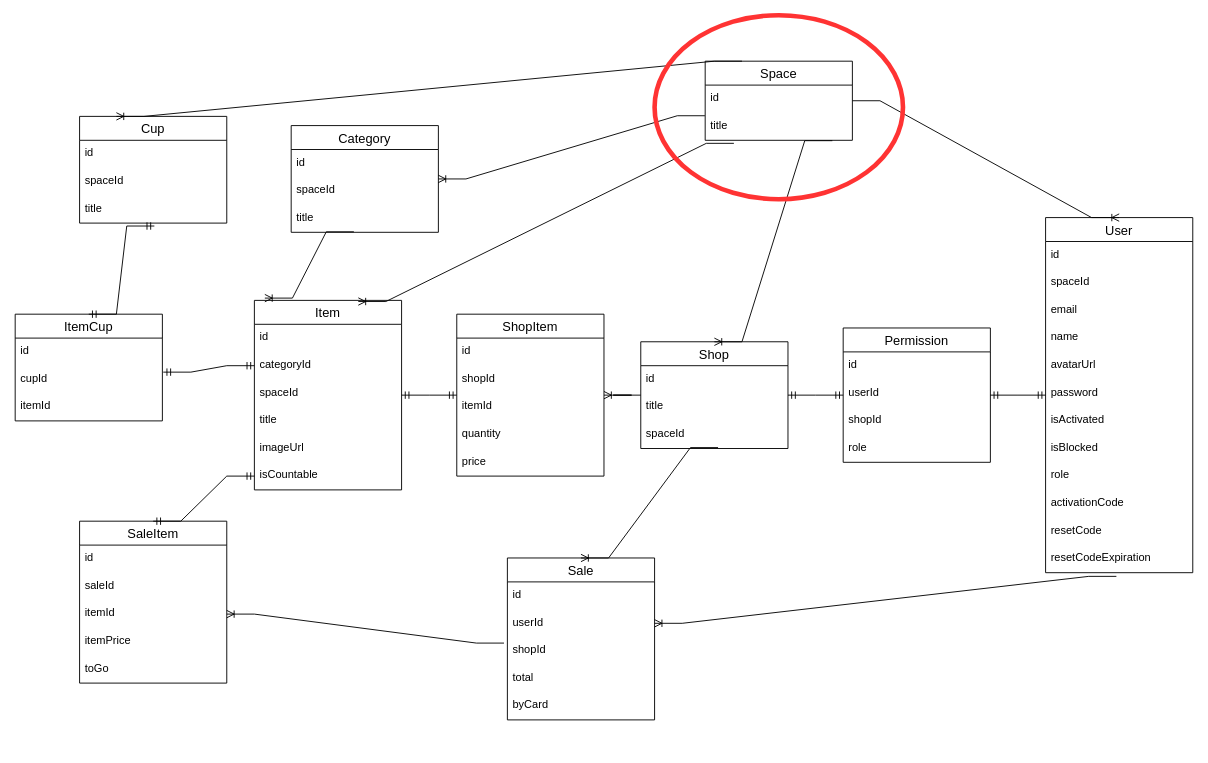
Before: horeca.drawio in Nik68rus/myhoreca, a draw.io diagram. Source tidied: cells renumbered, new cells numbered last; positions are measured from the earlier drawing's top-left corner, leaving out a move shared by most shapes. Both pictures are drawn from the tidied source at 92%, with x=0, y=0 at pixel (15, 15).
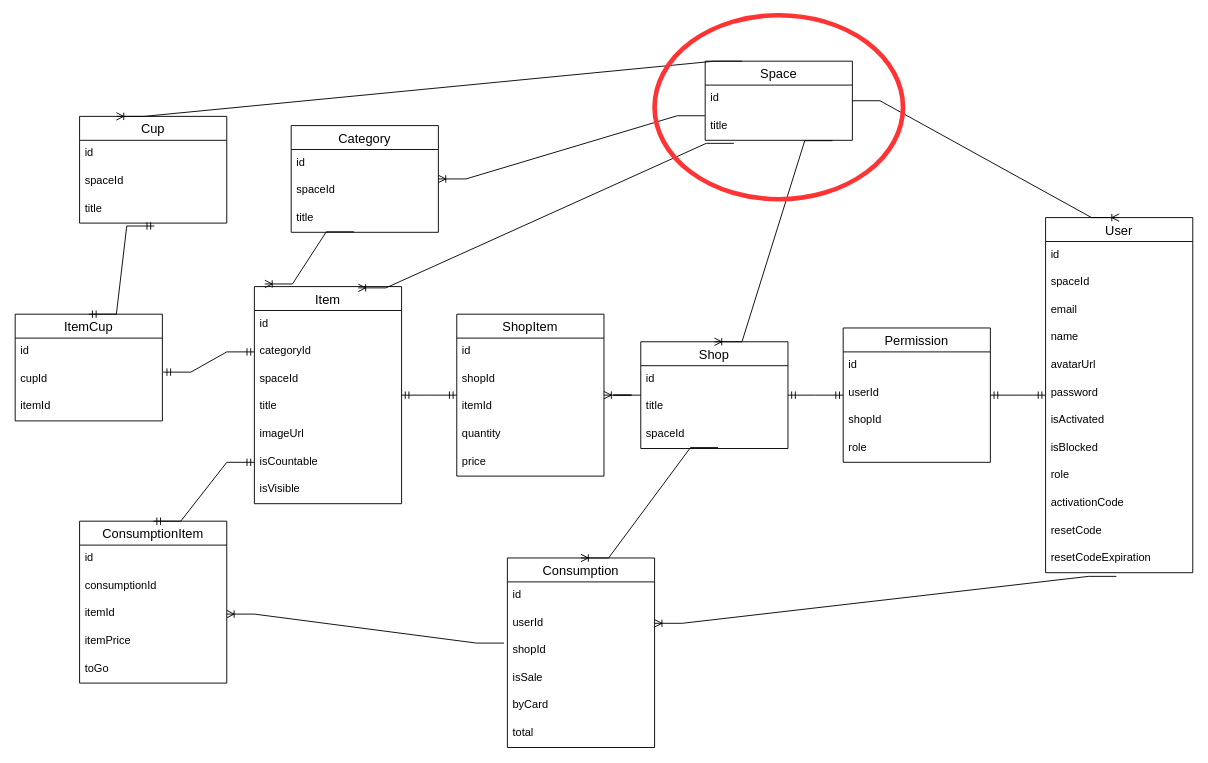
The same page after the edit.

The edit, as a diff of the source:
```diff
@@
     <mxCell id="24" value="Item" style="swimlane;fontStyle=0;horizontal=1;startSize=26;align=center;fontSize=14;" parent="1" vertex="1">
-      <mxGeometry x="260" y="310" width="160" height="206" as="geometry" />
+      <mxGeometry x="260" y="295" width="160" height="236" as="geometry" />
     </mxCell>
@@
+    <mxCell id="81" value="isVisible" style="text;strokeColor=none;fillColor=none;spacingLeft=4;spacingRight=4;overflow=hidden;fontSize=12;" parent="24" vertex="1">
+      <mxGeometry y="206" width="160" height="30" as="geometry" />
+    </mxCell>
@@
-    <mxCell id="51" value="SaleItem" style="swimlane;fontStyle=0;horizontal=1;startSize=26;align=center;fontSize=14;" parent="1" vertex="1">
+    <mxCell id="51" value="ConsumptionItem" style="swimlane;fontStyle=0;horizontal=1;startSize=26;align=center;fontSize=14;" parent="1" vertex="1">
       <mxGeometry x="70" y="550" width="160" height="176" as="geometry" />
     </mxCell>
@@
-    <mxCell id="53" value="saleId" style="text;strokeColor=none;fillColor=none;spacingLeft=4;spacingRight=4;overflow=hidden;fontSize=12;" parent="51" vertex="1">
+    <mxCell id="53" value="consumptionId" style="text;strokeColor=none;fillColor=none;spacingLeft=4;spacingRight=4;overflow=hidden;fontSize=12;" parent="51" vertex="1">
       <mxGeometry y="56" width="160" height="30" as="geometry" />
     </mxCell>
@@
-    <mxCell id="57" value="Sale" style="swimlane;fontStyle=0;horizontal=1;startSize=26;align=center;fontSize=14;" parent="1" vertex="1">
-      <mxGeometry x="535" y="590" width="160" height="176" as="geometry" />
+    <mxCell id="57" value="Consumption" style="swimlane;fontStyle=0;horizontal=1;startSize=26;align=center;fontSize=14;" parent="1" vertex="1">
+      <mxGeometry x="535" y="590" width="160" height="206" as="geometry" />
     </mxCell>
@@
+    <mxCell id="82" value="isSale" style="text;strokeColor=none;fillColor=none;spacingLeft=4;spacingRight=4;overflow=hidden;fontSize=12;" parent="57" vertex="1">
+      <mxGeometry y="116" width="160" height="30" as="geometry" />
+    </mxCell>
+    <mxCell id="62" value="byCard" style="text;strokeColor=none;fillColor=none;spacingLeft=4;spacingRight=4;overflow=hidden;fontSize=12;" parent="57" vertex="1">
+      <mxGeometry y="146" width="160" height="30" as="geometry" />
+    </mxCell>
     <mxCell id="61" value="total" style="text;strokeColor=none;fillColor=none;spacingLeft=4;spacingRight=4;overflow=hidden;fontSize=12;" parent="57" vertex="1">
-      <mxGeometry y="116" width="160" height="30" as="geometry" />
+      <mxGeometry y="176" width="160" height="30" as="geometry" />
     </mxCell>
-    <mxCell id="62" value="byCard" style="text;strokeColor=none;fillColor=none;spacingLeft=4;spacingRight=4;overflow=hidden;fontSize=12;" parent="57" vertex="1">
-      <mxGeometry y="146" width="160" height="30" as="geometry" />
-    </mxCell>
```
